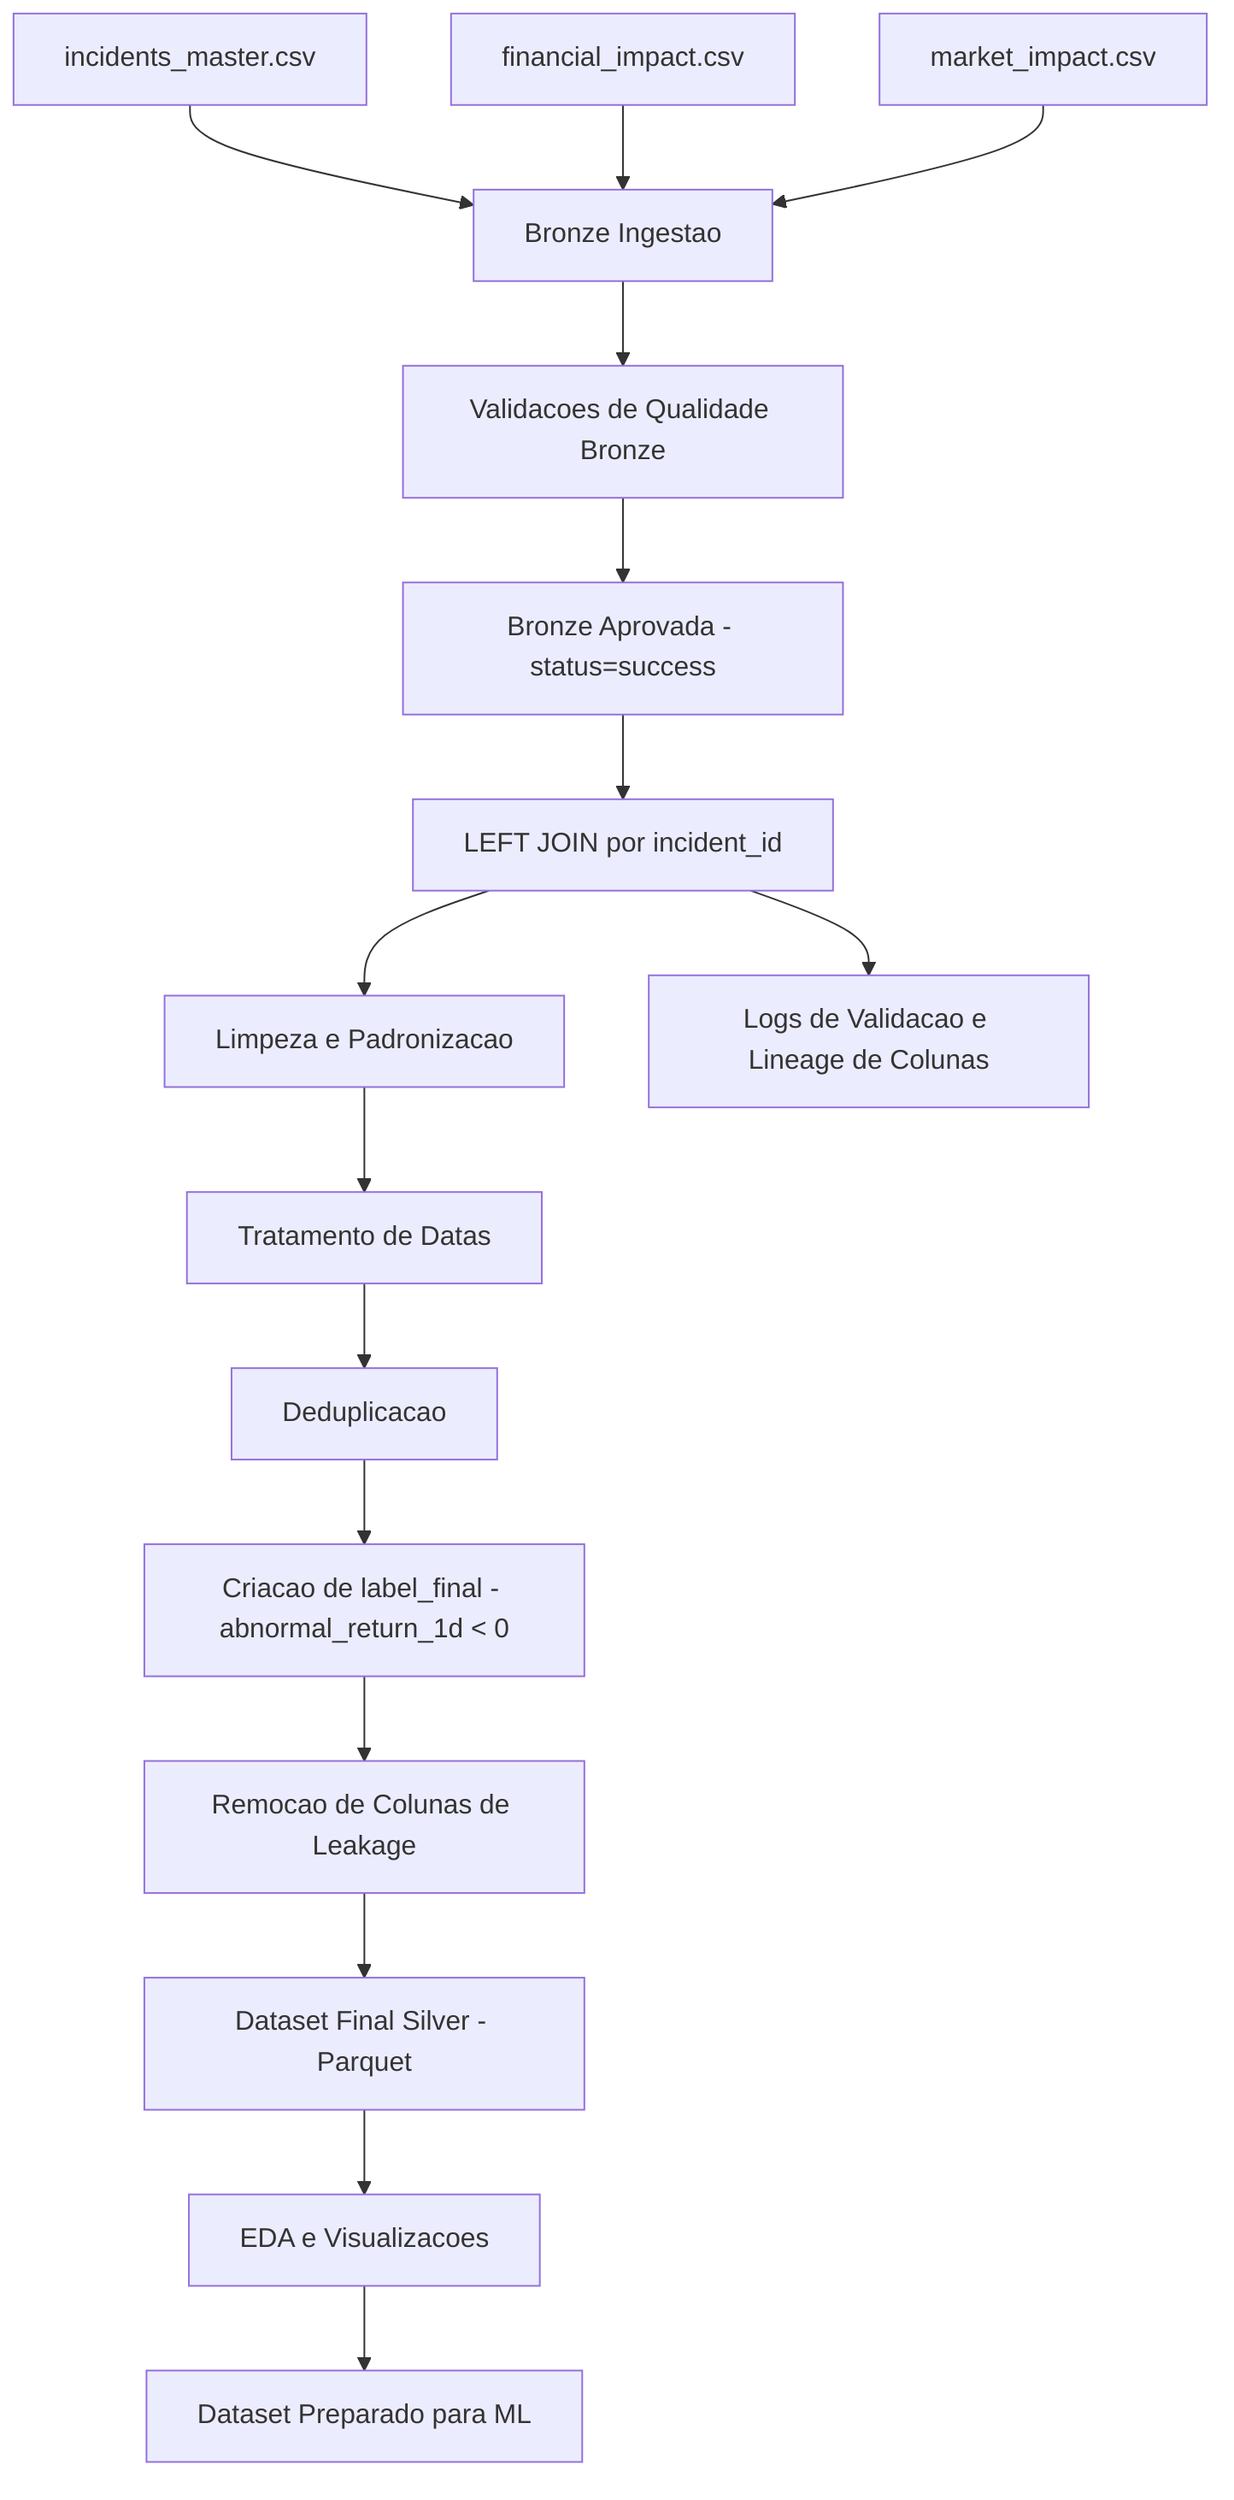
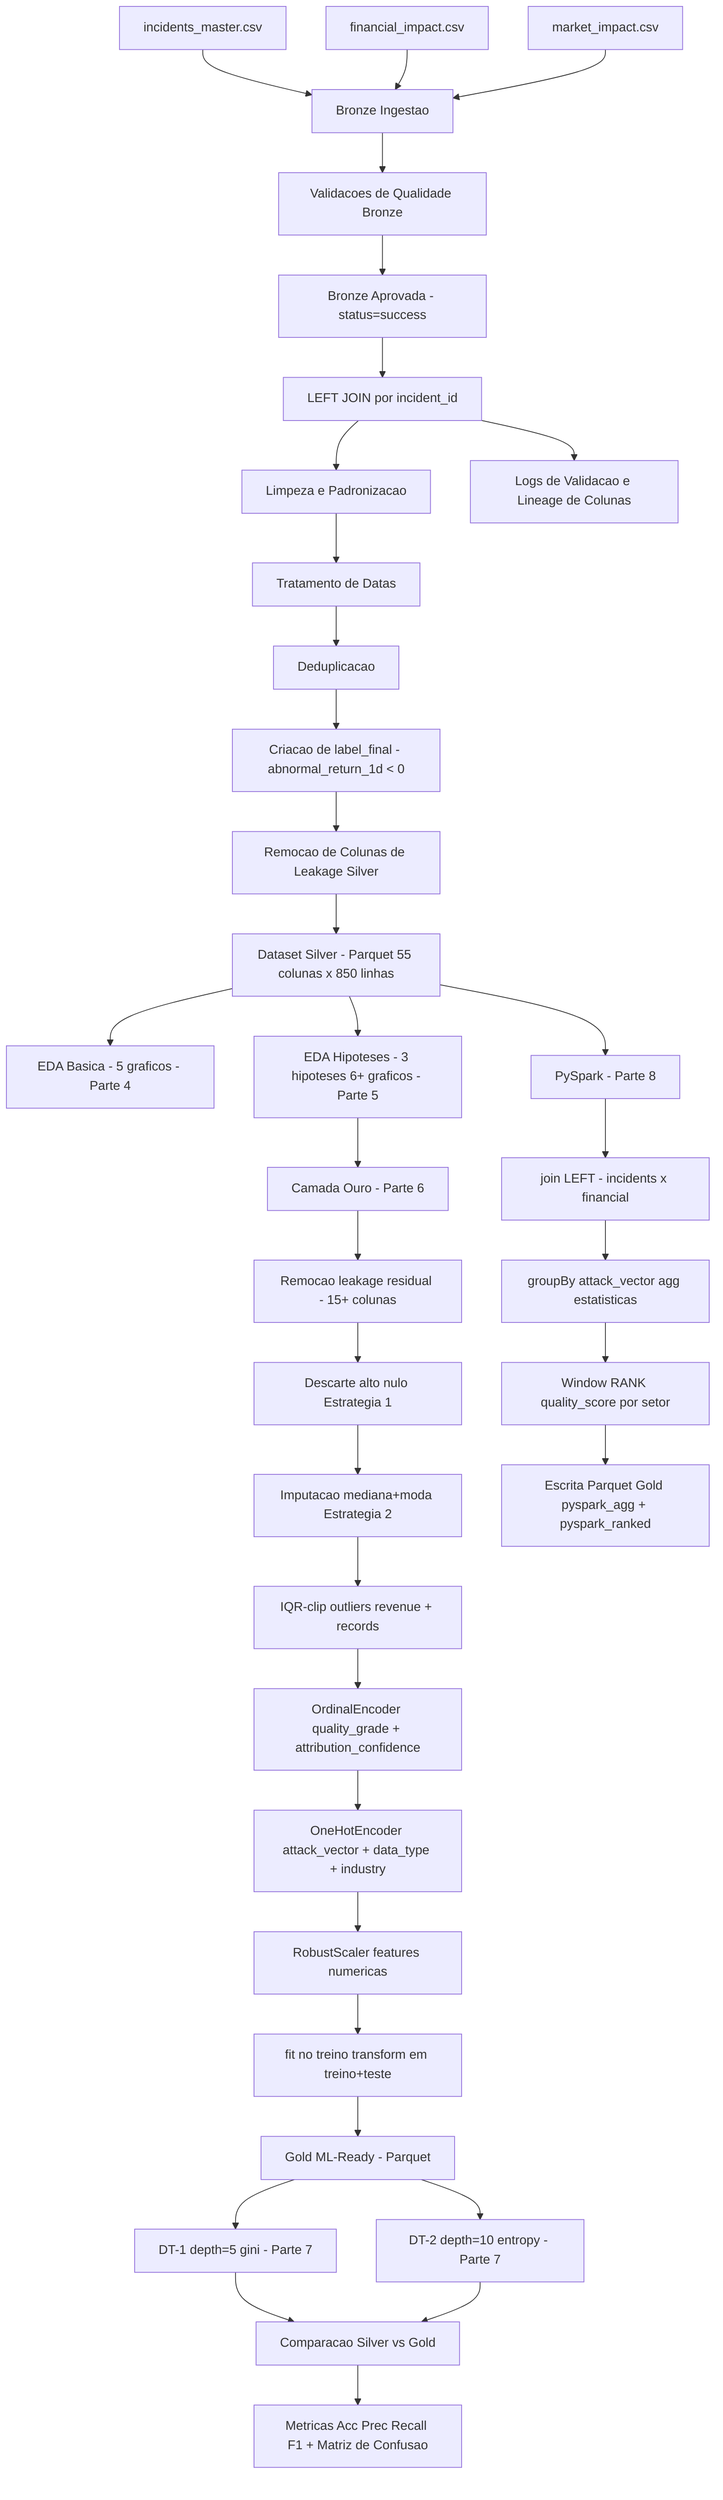
flowchart TD
A1[incidents_master.csv] --> B[Bronze Ingestao]
A2[financial_impact.csv] --> B
A3[market_impact.csv] --> B
B --> C[Validacoes de Qualidade Bronze]
C --> D[Bronze Aprovada - status=success]
D --> E[LEFT JOIN por incident_id]
E --> F[Limpeza e Padronizacao]
F --> G[Tratamento de Datas]
G --> H[Deduplicacao]
H --> I[Criacao de label_final - abnormal_return_1d < 0]
- I --> J[Remocao de Colunas de Leakage]
- J --> K[Dataset Final Silver - Parquet]
- K --> L[EDA e Visualizacoes]
- L --> M[Dataset Preparado para ML]
- E --> N[Logs de Validacao e Lineage de Colunas]
+ I --> J[Remocao de Colunas de Leakage Silver]
+ J --> K[Dataset Silver - Parquet 55 colunas x 850 linhas]
+ K --> L1[EDA Basica - 5 graficos - Parte 4]
+ K --> L2[EDA Hipoteses - 3 hipoteses 6+ graficos - Parte 5]
+ L2 --> M[Camada Ouro - Parte 6]
+ M --> M1[Remocao leakage residual - 15+ colunas]
+ M1 --> M2[Descarte alto nulo Estrategia 1]
+ M2 --> M3[Imputacao mediana+moda Estrategia 2]
+ M3 --> M4[IQR-clip outliers revenue + records]
+ M4 --> M5[OrdinalEncoder quality_grade + attribution_confidence]
+ M5 --> M6[OneHotEncoder attack_vector + data_type + industry]
+ M6 --> M7[RobustScaler features numericas]
+ M7 --> M8[fit no treino transform em treino+teste]
+ M8 --> N[Gold ML-Ready - Parquet]
+ N --> O1[DT-1 depth=5 gini - Parte 7]
+ N --> O2[DT-2 depth=10 entropy - Parte 7]
+ O1 --> P[Comparacao Silver vs Gold]
+ O2 --> P
+ P --> Q[Metricas Acc Prec Recall F1 + Matriz de Confusao]
+ K --> R[PySpark - Parte 8]
+ R --> R1[join LEFT - incidents x financial]
+ R1 --> R2[groupBy attack_vector agg estatisticas]
+ R2 --> R3[Window RANK quality_score por setor]
+ R3 --> R4[Escrita Parquet Gold pyspark_agg + pyspark_ranked]
+ E --> S[Logs de Validacao e Lineage de Colunas]
